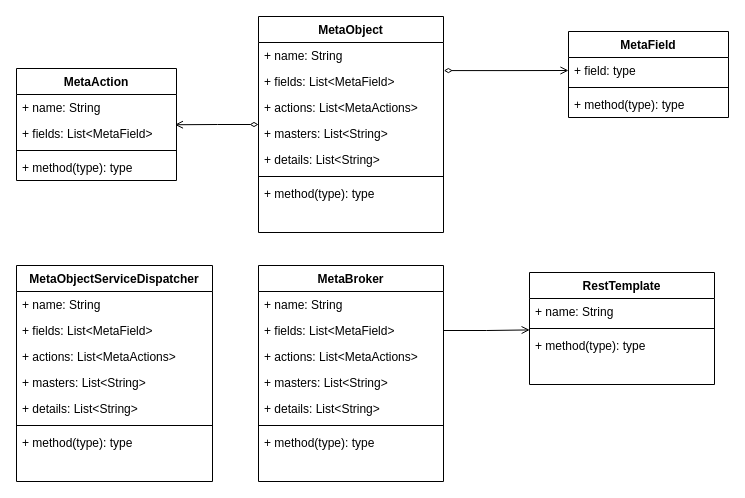
The draw.io diagram LDCP.drawio in lokiworks/drawio, before the edit. Source tidied: cells renumbered, new cells numbered last; positions are measured from the earlier drawing's top-left corner, leaving out a move shared by most shapes. Both pictures are drawn from the tidied source at 100%, with x=0, y=0 at pixel (16, 16).
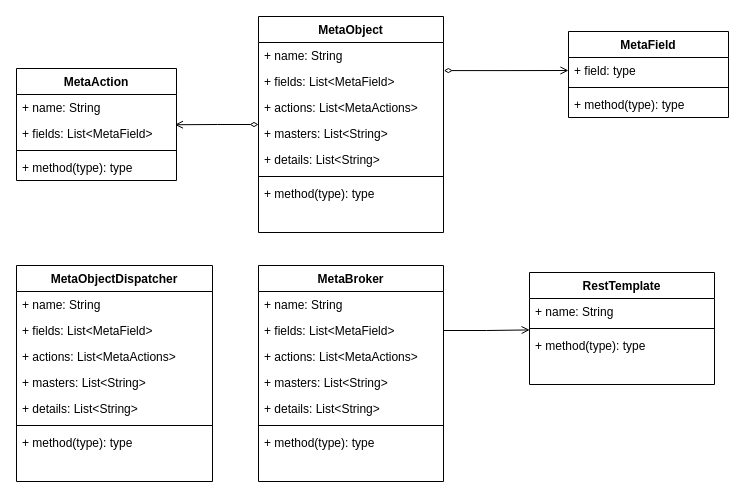
The same page after the edit.

Change to the diagram source:
```diff
@@
-    <mxCell id="37" value="MetaObjectServiceDispatcher" style="swimlane;fontStyle=1;align=center;verticalAlign=top;horizontal=1;startSize=26;" parent="1" vertex="1">
+    <mxCell id="37" value="MetaObjectDispatcher" style="swimlane;fontStyle=1;align=center;verticalAlign=top;horizontal=1;startSize=26;" parent="1" vertex="1">
       <mxGeometry y="249" width="196" height="216" as="geometry" />
     </mxCell>
```
